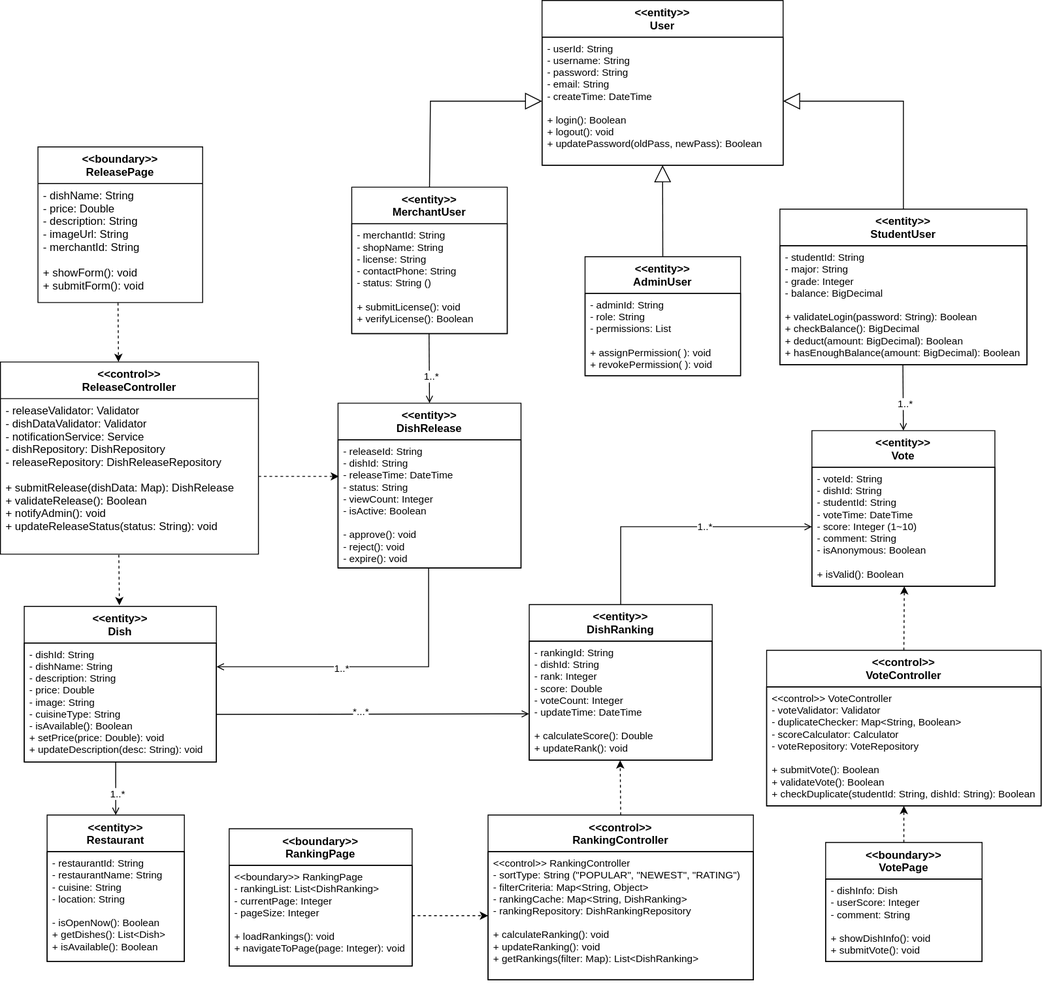
The draw.io diagram Assignment2/diagrams/L-CD.svg in qianlinnian/se_sad_project, before a commit. Source tidied: cells renumbered, new cells last; positions are measured from the earlier drawing's top-left corner, leaving out a move shared by most shapes.
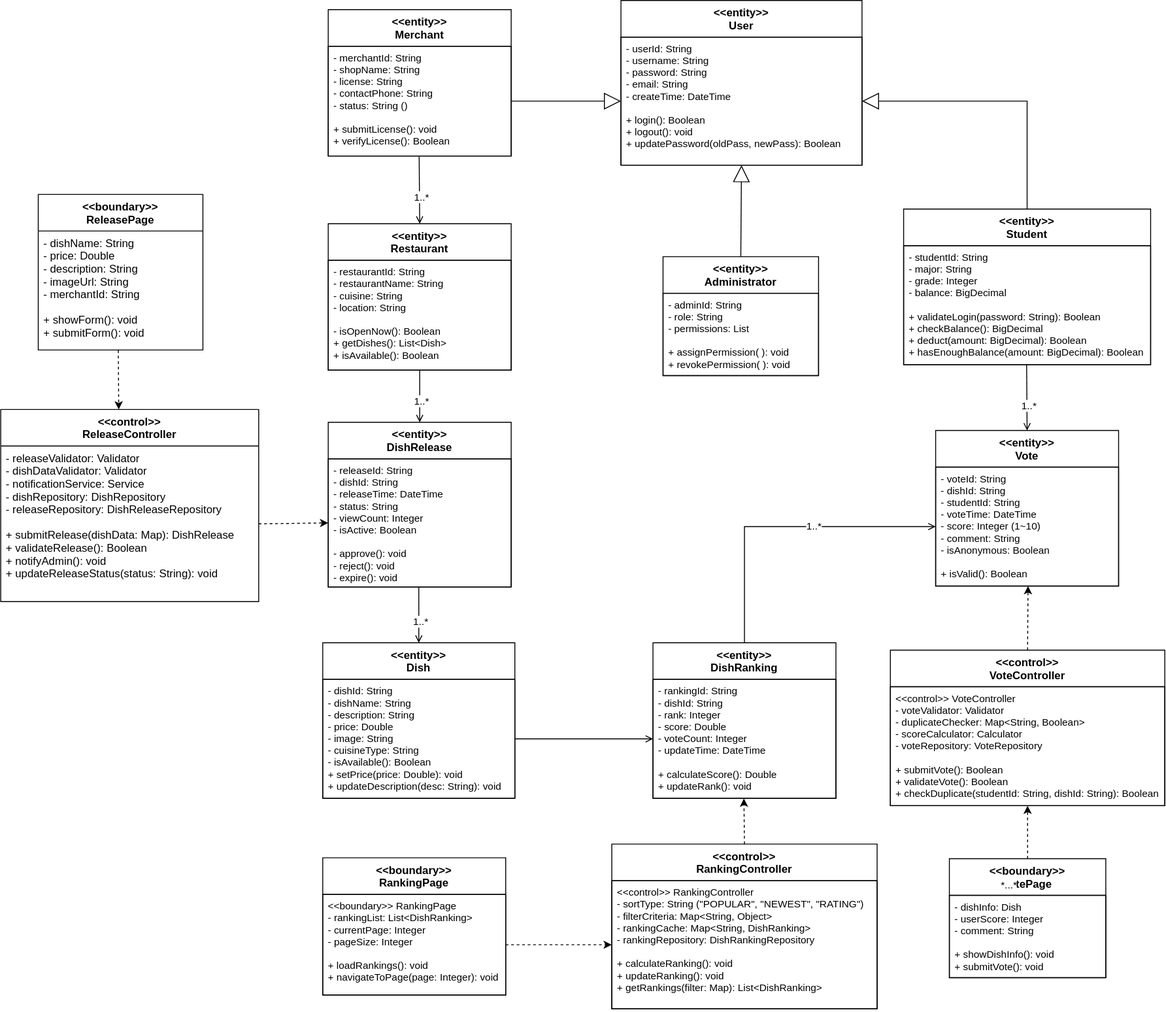
After the commit.

What changed in the source:
```diff
@@ -3,43 +3,43 @@
     <mxCell id="0" />
     <mxCell id="1" parent="0" />
     <mxCell id="2" value="&lt;&lt;entity&gt;&gt;&#10;User" style="swimlane;fontStyle=1;align=center;verticalAlign=top;horizontal=1;startSize=40;fillColor=none;strokeColor=#000000;fontSize=12;fontColor=#000000;" parent="1" vertex="1">
-      <mxGeometry x="592" width="263.5" height="180" as="geometry" />
+      <mxGeometry x="543" width="263.5" height="180" as="geometry" />
     </mxCell>
     <mxCell id="3" value="- userId: String&#10;- username: String&#10;- password: String&#10;- email: String&#10;- createTime: DateTime&#10;&#10;+ login(): Boolean&#10;+ logout(): void&#10;+ updatePassword(oldPass, newPass): Boolean&#10;" style="text;strokeColor=#000000;fillColor=none;align=left;verticalAlign=top;spacingLeft=4;spacingRight=4;overflow=hidden;points=[[0,0.5],[1,0.5]];portConstraint=eastwest;fontSize=11;" parent="2" vertex="1">
       <mxGeometry y="40" width="263.5" height="140" as="geometry" />
     </mxCell>
-    <mxCell id="4" value="&lt;&lt;entity&gt;&gt;&#10;StudentUser" style="swimlane;fontStyle=1;align=center;verticalAlign=top;horizontal=1;startSize=40;fillColor=none;strokeColor=#000000;fontSize=12;fontColor=#000000;" parent="1" vertex="1">
+    <mxCell id="4" value="&lt;&lt;entity&gt;&gt;&#10;Student" style="swimlane;fontStyle=1;align=center;verticalAlign=top;horizontal=1;startSize=40;fillColor=none;strokeColor=#000000;fontSize=12;fontColor=#000000;" parent="1" vertex="1">
       <mxGeometry x="852" y="228" width="270" height="170" as="geometry" />
     </mxCell>
     <mxCell id="5" value="- studentId: String&#10;- major: String&#10;- grade: Integer&#10;- balance: BigDecimal&#10;&#10;+ validateLogin(password: String): Boolean&#10;+ checkBalance(): BigDecimal&#10;+ deduct(amount: BigDecimal): Boolean&#10;+ hasEnoughBalance(amount: BigDecimal): Boolean" style="text;strokeColor=#000000;fillColor=none;align=left;verticalAlign=top;spacingLeft=4;spacingRight=4;overflow=hidden;points=[[0,0.5],[1,0.5]];portConstraint=eastwest;fontSize=11;" parent="4" vertex="1">
       <mxGeometry y="40" width="270" height="130" as="geometry" />
     </mxCell>
-    <mxCell id="6" value="&lt;&lt;entity&gt;&gt;&#10;MerchantUser" style="swimlane;fontStyle=1;align=center;verticalAlign=top;horizontal=1;startSize=40;fillColor=none;strokeColor=#000000;fontSize=12;fontColor=#000000;" parent="1" vertex="1">
-      <mxGeometry x="384" y="204" width="170" height="160" as="geometry" />
+    <mxCell id="6" value="&lt;&lt;entity&gt;&gt;&#10;Merchant" style="swimlane;fontStyle=1;align=center;verticalAlign=top;horizontal=1;startSize=40;fillColor=none;strokeColor=#000000;fontSize=12;fontColor=#000000;" parent="1" vertex="1">
+      <mxGeometry x="223" y="10" width="200" height="160" as="geometry" />
     </mxCell>
     <mxCell id="7" value="- merchantId: String&#10;- shopName: String&#10;- license: String&#10;- contactPhone: String&#10;- status: String ()&#10;&#10;+ submitLicense(): void&#10;+ verifyLicense(): Boolean" style="text;strokeColor=#000000;fillColor=none;align=left;verticalAlign=top;spacingLeft=4;spacingRight=4;overflow=hidden;points=[[0,0.5],[1,0.5]];portConstraint=eastwest;fontSize=11;" parent="6" vertex="1">
-      <mxGeometry y="40" width="170" height="120" as="geometry" />
+      <mxGeometry y="40" width="200" height="120" as="geometry" />
     </mxCell>
-    <mxCell id="8" value="&lt;&lt;entity&gt;&gt;&#10;AdminUser" style="swimlane;fontStyle=1;align=center;verticalAlign=top;horizontal=1;startSize=40;fillColor=none;strokeColor=#000000;fontSize=12;fontColor=#000000;" parent="1" vertex="1">
-      <mxGeometry x="639" y="280" width="170" height="130" as="geometry" />
+    <mxCell id="8" value="&lt;&lt;entity&gt;&gt;&#10;Administrator" style="swimlane;fontStyle=1;align=center;verticalAlign=top;horizontal=1;startSize=40;fillColor=none;strokeColor=#000000;fontSize=12;fontColor=#000000;" parent="1" vertex="1">
+      <mxGeometry x="589" y="280" width="170" height="130" as="geometry" />
     </mxCell>
     <mxCell id="9" value="- adminId: String&#10;- role: String&#10;- permissions: List&#10;&#10;+ assignPermission( ): void&#10;+ revokePermission( ): void" style="text;strokeColor=#000000;fillColor=none;align=left;verticalAlign=top;spacingLeft=4;spacingRight=4;overflow=hidden;fontSize=11;" parent="8" vertex="1">
       <mxGeometry y="40" width="170" height="90" as="geometry" />
     </mxCell>
     <mxCell id="10" value="&lt;&lt;entity&gt;&gt;&#10;Dish" style="swimlane;fontStyle=1;align=center;verticalAlign=top;horizontal=1;startSize=40;fillColor=none;strokeColor=#000000;fontSize=12;fontColor=#000000;" parent="1" vertex="1">
-      <mxGeometry x="26" y="662" width="210" height="170" as="geometry" />
+      <mxGeometry x="217" y="702" width="210" height="170" as="geometry" />
     </mxCell>
     <mxCell id="11" value="- dishId: String&#10;- dishName: String&#10;- description: String&#10;- price: Double&#10;- image: String&#10;- cuisineType: String&#10;- isAvailable(): Boolean&#10;+ setPrice(price: Double): void&#10;+ updateDescription(desc: String): void" style="text;strokeColor=#000000;fillColor=none;align=left;verticalAlign=top;spacingLeft=4;spacingRight=4;overflow=hidden;points=[[0,0.5],[1,0.5]];portConstraint=eastwest;fontSize=11;" parent="10" vertex="1">
       <mxGeometry y="40" width="210" height="130" as="geometry" />
     </mxCell>
     <mxCell id="12" value="&lt;&lt;entity&gt;&gt;&#10;DishRelease" style="swimlane;fontStyle=1;align=center;verticalAlign=top;horizontal=1;startSize=40;fillColor=none;strokeColor=#000000;fontSize=12;fontColor=#000000;" parent="1" vertex="1">
-      <mxGeometry x="369" y="440" width="200" height="180" as="geometry" />
+      <mxGeometry x="223" y="461" width="200" height="180" as="geometry" />
     </mxCell>
     <mxCell id="13" value="- releaseId: String&#10;- dishId: String &#10;- releaseTime: DateTime&#10;- status: String &#10;- viewCount: Integer&#10;- isActive: Boolean&#10;&#10;- approve(): void&#10;- reject(): void&#10;- expire(): void" style="text;strokeColor=#000000;fillColor=none;align=left;verticalAlign=top;spacingLeft=4;spacingRight=4;overflow=hidden;points=[[0,0.5],[1,0.5]];portConstraint=eastwest;fontSize=11;" parent="12" vertex="1">
       <mxGeometry y="40" width="200" height="140" as="geometry" />
     </mxCell>
     <mxCell id="14" value="&lt;&lt;entity&gt;&gt;&#10;DishRanking" style="swimlane;fontStyle=1;align=center;verticalAlign=top;horizontal=1;startSize=40;fillColor=none;strokeColor=#000000;fontSize=12;fontColor=#000000;" parent="1" vertex="1">
-      <mxGeometry x="578" y="660" width="200" height="170" as="geometry" />
+      <mxGeometry x="578" y="702" width="200" height="170" as="geometry" />
     </mxCell>
     <mxCell id="15" value="- rankingId: String&#10;- dishId: String &#10;- rank: Integer&#10;- score: Double&#10;- voteCount: Integer&#10;- updateTime: DateTime&#10;&#10;+ calculateScore(): Double&#10;+ updateRank(): void" style="text;strokeColor=#000000;fillColor=none;align=left;verticalAlign=top;spacingLeft=4;spacingRight=4;overflow=hidden;points=[[0,0.5],[1,0.5]];portConstraint=eastwest;fontSize=11;" parent="14" vertex="1">
       <mxGeometry y="40" width="200" height="130" as="geometry" />
@@ -51,25 +51,25 @@
       <mxGeometry y="40" width="200" height="130" as="geometry" />
     </mxCell>
     <mxCell id="18" value="&lt;&lt;entity&gt;&gt;&#10;Restaurant" style="swimlane;fontStyle=1;align=center;verticalAlign=top;horizontal=1;startSize=40;fillColor=none;strokeColor=#000000;fontSize=12;fontColor=#000000;" parent="1" vertex="1">
-      <mxGeometry x="51" y="890" width="150" height="160" as="geometry" />
+      <mxGeometry x="223" y="244" width="200" height="160" as="geometry" />
     </mxCell>
     <mxCell id="19" value="- restaurantId: String&#10;- restaurantName: String&#10;- cuisine: String&#10;- location: String&#10;&#10;- isOpenNow(): Boolean&#10;+ getDishes(): List&lt;Dish&gt;&#10;+ isAvailable(): Boolean" style="text;strokeColor=#000000;fillColor=none;align=left;verticalAlign=top;spacingLeft=4;spacingRight=4;overflow=hidden;fontSize=11;" parent="18" vertex="1">
-      <mxGeometry y="40" width="150" height="120" as="geometry" />
+      <mxGeometry y="40" width="200" height="120" as="geometry" />
     </mxCell>
     <mxCell id="20" value="&lt;&lt;boundary&gt;&gt;&#10;RankingPage" style="swimlane;fontStyle=1;align=center;verticalAlign=top;horizontal=1;startSize=40;fillColor=none;strokeColor=#000000;fontSize=12;fontColor=#000000;" parent="1" vertex="1">
-      <mxGeometry x="250" y="905" width="200" height="150" as="geometry" />
+      <mxGeometry x="217" y="937" width="200" height="150" as="geometry" />
     </mxCell>
     <mxCell id="21" value="&lt;&lt;boundary&gt;&gt; RankingPage&#10;- rankingList: List&lt;DishRanking&gt;&#10;- currentPage: Integer&#10;- pageSize: Integer&#10;&#10;+ loadRankings(): void&#10;+ navigateToPage(page: Integer): void" style="text;strokeColor=#000000;fillColor=none;align=left;verticalAlign=top;spacingLeft=4;spacingRight=4;overflow=hidden;points=[[0,0.5],[1,0.5]];portConstraint=eastwest;fontSize=11;" parent="20" vertex="1">
       <mxGeometry y="40" width="200" height="110" as="geometry" />
     </mxCell>
     <mxCell id="22" value="&lt;&lt;boundary&gt;&gt;&#10;VotePage" style="swimlane;fontStyle=1;align=center;verticalAlign=top;horizontal=1;startSize=40;fillColor=none;strokeColor=#000000;fontSize=12;fontColor=#000000;" parent="1" vertex="1">
-      <mxGeometry x="902" y="920" width="171" height="130" as="geometry" />
+      <mxGeometry x="902" y="938" width="171" height="130" as="geometry" />
     </mxCell>
     <mxCell id="23" value="- dishInfo: Dish&#10;- userScore: Integer&#10;- comment: String&#10;&#10;+ showDishInfo(): void&#10;+ submitVote(): void" style="text;strokeColor=#000000;fillColor=none;align=left;verticalAlign=top;spacingLeft=4;spacingRight=4;overflow=hidden;fontSize=11;" parent="22" vertex="1">
       <mxGeometry y="40" width="171" height="90" as="geometry" />
     </mxCell>
     <mxCell id="24" value="&lt;&lt;control&gt;&gt;&#10;RankingController" style="swimlane;fontStyle=1;align=center;verticalAlign=top;horizontal=1;startSize=40;fillColor=none;strokeColor=#000000;fontSize=12;fontColor=#000000;" parent="1" vertex="1">
-      <mxGeometry x="533" y="890" width="290" height="180" as="geometry" />
+      <mxGeometry x="533" y="922" width="290" height="180" as="geometry" />
     </mxCell>
     <mxCell id="25" value="&lt;&lt;control&gt;&gt; RankingController&#10;- sortType: String (&quot;POPULAR&quot;, &quot;NEWEST&quot;, &quot;RATING&quot;)&#10;- filterCriteria: Map&lt;String, Object&gt;&#10;- rankingCache: Map&lt;String, DishRanking&gt;&#10;- rankingRepository: DishRankingRepository&#10;&#10;+ calculateRanking(): void&#10;+ updateRanking(): void&#10;+ getRankings(filter: Map): List&lt;DishRanking&gt;" style="text;strokeColor=#000000;fillColor=none;align=left;verticalAlign=top;spacingLeft=4;spacingRight=4;overflow=hidden;points=[[0,0.5],[1,0.5]];portConstraint=eastwest;fontSize=11;" parent="24" vertex="1">
       <mxGeometry y="40" width="290" height="140" as="geometry" />
@@ -81,18 +81,18 @@
       <mxGeometry y="40" width="300" height="130" as="geometry" />
     </mxCell>
     <mxCell id="28" value="&lt;&lt;control&gt;&gt;&#10;ReleaseController" style="swimlane;fontStyle=1;align=center;verticalAlign=top;horizontal=1;startSize=40;rounded=0;shadow=0;strokeColor=#000000;fillColor=none;" parent="1" vertex="1">
-      <mxGeometry y="395" width="282" height="210" as="geometry" />
+      <mxGeometry x="-135" y="447" width="282" height="210" as="geometry" />
     </mxCell>
     <mxCell id="29" value="- releaseValidator: Validator&#10;- dishDataValidator: Validator&#10;- notificationService: Service&#10;- dishRepository: DishRepository&#10;- releaseRepository: DishReleaseRepository&#10;&#10;+ submitRelease(dishData: Map): DishRelease&#10;+ validateRelease(): Boolean&#10;+ notifyAdmin(): void&#10;+ updateReleaseStatus(status: String): void" style="text;strokeColor=none;fillColor=none;align=left;verticalAlign=top;spacingLeft=4;spacingRight=4;overflow=hidden;points=[[0,0.5],[1,0.5]];portConstraint=eastwest;" parent="28" vertex="1">
       <mxGeometry y="40" width="282" height="170" as="geometry" />
     </mxCell>
     <mxCell id="30" value="&lt;&lt;boundary&gt;&gt;&#10;ReleasePage" style="swimlane;fontStyle=1;align=center;verticalAlign=top;horizontal=1;startSize=40;rounded=0;shadow=0;strokeColor=#000000;fillColor=none;" parent="1" vertex="1">
-      <mxGeometry x="41" y="160" width="180" height="170" as="geometry" />
+      <mxGeometry x="-94" y="212" width="180" height="170" as="geometry" />
     </mxCell>
     <mxCell id="31" value="- dishName: String&#10;- price: Double&#10;- description: String&#10;- imageUrl: String&#10;- merchantId: String&#10;&#10;+ showForm(): void&#10;+ submitForm(): void" style="text;strokeColor=none;fillColor=none;align=left;verticalAlign=top;spacingLeft=4;spacingRight=4;overflow=hidden;points=[[0,0.5],[1,0.5]];portConstraint=eastwest;" parent="30" vertex="1">
       <mxGeometry y="40" width="180" height="130" as="geometry" />
     </mxCell>
-    <mxCell id="32" style="rounded=0;jettySize=auto;html=1;endArrow=open;endFill=0;exitX=0.497;exitY=1.004;exitDx=0;exitDy=0;exitPerimeter=0;entryX=0.5;entryY=0;entryDx=0;entryDy=0;" parent="1" edge="1" source="7" target="12">
+    <mxCell id="32" style="rounded=0;jettySize=auto;html=1;endArrow=open;endFill=0;entryX=0.5;entryY=0;entryDx=0;entryDy=0;exitX=0.5;exitY=1;exitDx=0;exitDy=0;" parent="1" edge="1" source="18" target="12">
       <mxGeometry relative="1" as="geometry" />
     </mxCell>
     <mxCell id="33" value="1..*" style="edgeLabel;html=1;align=center;verticalAlign=middle;" parent="32" vertex="1">
@@ -103,18 +103,14 @@
     </mxCell>
     <mxCell id="35" style="rounded=0;jettySize=auto;html=1;dashed=1;exitX=0.486;exitY=1.002;exitDx=0;exitDy=0;entryX=0.5;entryY=0;entryDx=0;entryDy=0;exitPerimeter=0;" parent="1" edge="1" source="31">
       <mxGeometry relative="1" as="geometry">
-        <mxPoint x="129" y="395" as="targetPoint" />
+        <mxPoint x="-6" y="447" as="targetPoint" />
       </mxGeometry>
     </mxCell>
     <mxCell id="36" style="rounded=0;jettySize=auto;html=1;dashed=1;exitX=1;exitY=0.5;exitDx=0;exitDy=0;entryX=0;entryY=0.5;entryDx=0;entryDy=0;" parent="1" edge="1" source="21" target="25">
       <mxGeometry relative="1" as="geometry" />
     </mxCell>
-    <mxCell id="37" style="endArrow=block;endSize=16;endFill=0;html=1;rounded=0;entryX=0;entryY=0.5;entryDx=0;entryDy=0;exitX=0.5;exitY=0;exitDx=0;exitDy=0;" parent="1" edge="1" source="6" target="3">
-      <mxGeometry relative="1" as="geometry">
-        <Array as="points">
-          <mxPoint x="470" y="110" />
-        </Array>
-      </mxGeometry>
+    <mxCell id="37" style="endArrow=block;endSize=16;endFill=0;html=1;rounded=0;entryX=0;entryY=0.5;entryDx=0;entryDy=0;exitX=1;exitY=0.5;exitDx=0;exitDy=0;" parent="1" edge="1" source="7" target="3">
+      <mxGeometry relative="1" as="geometry" />
     </mxCell>
     <mxCell id="38" style="endArrow=block;endSize=16;endFill=0;html=1;rounded=0;exitX=0.5;exitY=0;exitDx=0;exitDy=0;entryX=0.5;entryY=1;entryDx=0;entryDy=0;" parent="1" edge="1" source="8" target="2">
       <mxGeometry relative="1" as="geometry" />
@@ -126,17 +122,9 @@
         </Array>
       </mxGeometry>
     </mxCell>
-    <mxCell id="40" style="rounded=0;jettySize=auto;html=1;dashed=1;exitX=1;exitY=0.5;exitDx=0;exitDy=0;" parent="1" edge="1" source="29">
-      <mxGeometry relative="1" as="geometry">
-        <mxPoint x="370" y="520" as="targetPoint" />
-      </mxGeometry>
+    <mxCell id="40" style="rounded=0;jettySize=auto;html=1;dashed=1;exitX=1;exitY=0.5;exitDx=0;exitDy=0;entryX=0;entryY=0.5;entryDx=0;entryDy=0;" parent="1" edge="1" source="29" target="13">
+      <mxGeometry relative="1" as="geometry" />
     </mxCell>
-    <mxCell id="41" style="rounded=0;orthogonalLoop=1;jettySize=auto;html=1;dashed=1;exitX=0.434;exitY=1.004;exitDx=0;exitDy=0;entryX=0.462;entryY=-0.001;entryDx=0;entryDy=0;entryPerimeter=0;exitPerimeter=0;" parent="1" edge="1">
-      <mxGeometry relative="1" as="geometry">
-        <mxPoint x="129.4" y="605.7" as="sourcePoint" />
-        <mxPoint x="130" y="660.8" as="targetPoint" />
-      </mxGeometry>
-    </mxCell>
     <mxCell id="42" style="rounded=0;jettySize=auto;html=1;dashed=1;exitX=0.5;exitY=0;exitDx=0;exitDy=0;" parent="1" edge="1" source="26">
       <mxGeometry relative="1" as="geometry">
         <mxPoint x="988" y="640" as="targetPoint" />
@@ -151,18 +139,14 @@
     <mxCell id="45" value="1..*" style="edgeLabel;html=1;align=center;verticalAlign=middle;" parent="44" vertex="1">
       <mxGeometry x="0.2" y="1" relative="1" as="geometry" />
     </mxCell>
-    <mxCell id="46" style="rounded=0;jettySize=auto;html=1;endArrow=open;endFill=0;entryX=0.5;entryY=0;entryDx=0;entryDy=0;exitX=0.476;exitY=1.001;exitDx=0;exitDy=0;exitPerimeter=0;" parent="1" edge="1" source="11" target="18">
+    <mxCell id="46" style="rounded=0;jettySize=auto;html=1;endArrow=open;endFill=0;entryX=0.5;entryY=0;entryDx=0;entryDy=0;exitX=0.497;exitY=1.006;exitDx=0;exitDy=0;exitPerimeter=0;" parent="1" edge="1" source="7" target="18">
       <mxGeometry relative="1" as="geometry" />
     </mxCell>
     <mxCell id="47" value="1..*" style="edgeLabel;html=1;align=center;verticalAlign=middle;" parent="46" vertex="1">
       <mxGeometry x="0.2" y="1" relative="1" as="geometry" />
     </mxCell>
-    <mxCell id="48" style="rounded=0;jettySize=auto;html=1;endArrow=open;endFill=0;exitX=0.495;exitY=1.002;exitDx=0;exitDy=0;exitPerimeter=0;entryX=1.001;entryY=0.2;entryDx=0;entryDy=0;entryPerimeter=0;" parent="1" edge="1" source="13" target="11">
-      <mxGeometry relative="1" as="geometry">
-        <Array as="points">
-          <mxPoint x="468" y="728" />
-        </Array>
-      </mxGeometry>
+    <mxCell id="48" style="rounded=0;jettySize=auto;html=1;endArrow=open;endFill=0;exitX=0.495;exitY=1.002;exitDx=0;exitDy=0;exitPerimeter=0;entryX=0.5;entryY=0;entryDx=0;entryDy=0;" parent="1" edge="1" source="13" target="10">
+      <mxGeometry relative="1" as="geometry" />
     </mxCell>
     <mxCell id="49" value="1..*" style="edgeLabel;html=1;align=center;verticalAlign=middle;" parent="48" vertex="1">
       <mxGeometry x="0.2" y="1" relative="1" as="geometry" />
@@ -177,12 +161,12 @@
     <mxCell id="51" value="1..*" style="edgeLabel;html=1;align=center;verticalAlign=middle;" parent="50" vertex="1">
       <mxGeometry x="0.2" y="1" relative="1" as="geometry" />
     </mxCell>
-    <mxCell id="52" style="rounded=0;jettySize=auto;html=1;endArrow=open;endFill=0;entryX=-0.001;entryY=0.611;entryDx=0;entryDy=0;entryPerimeter=0;exitX=0.999;exitY=0.6;exitDx=0;exitDy=0;exitPerimeter=0;" parent="1" edge="1" source="11" target="15">
+    <mxCell id="52" style="rounded=0;jettySize=auto;html=1;endArrow=open;endFill=0;entryX=0;entryY=0.5;entryDx=0;entryDy=0;exitX=1;exitY=0.5;exitDx=0;exitDy=0;" parent="1" edge="1" source="11" target="15">
       <mxGeometry relative="1" as="geometry" />
     </mxCell>
     <mxCell id="53" value="*...*" style="edgeLabel;html=1;align=center;verticalAlign=middle;" parent="52" vertex="1">
       <mxGeometry x="-0.8" y="1" relative="1" as="geometry">
-        <mxPoint x="123" y="-3" as="offset" />
+        <mxPoint x="524" y="160" as="offset" />
       </mxGeometry>
     </mxCell>
   </root>
```
